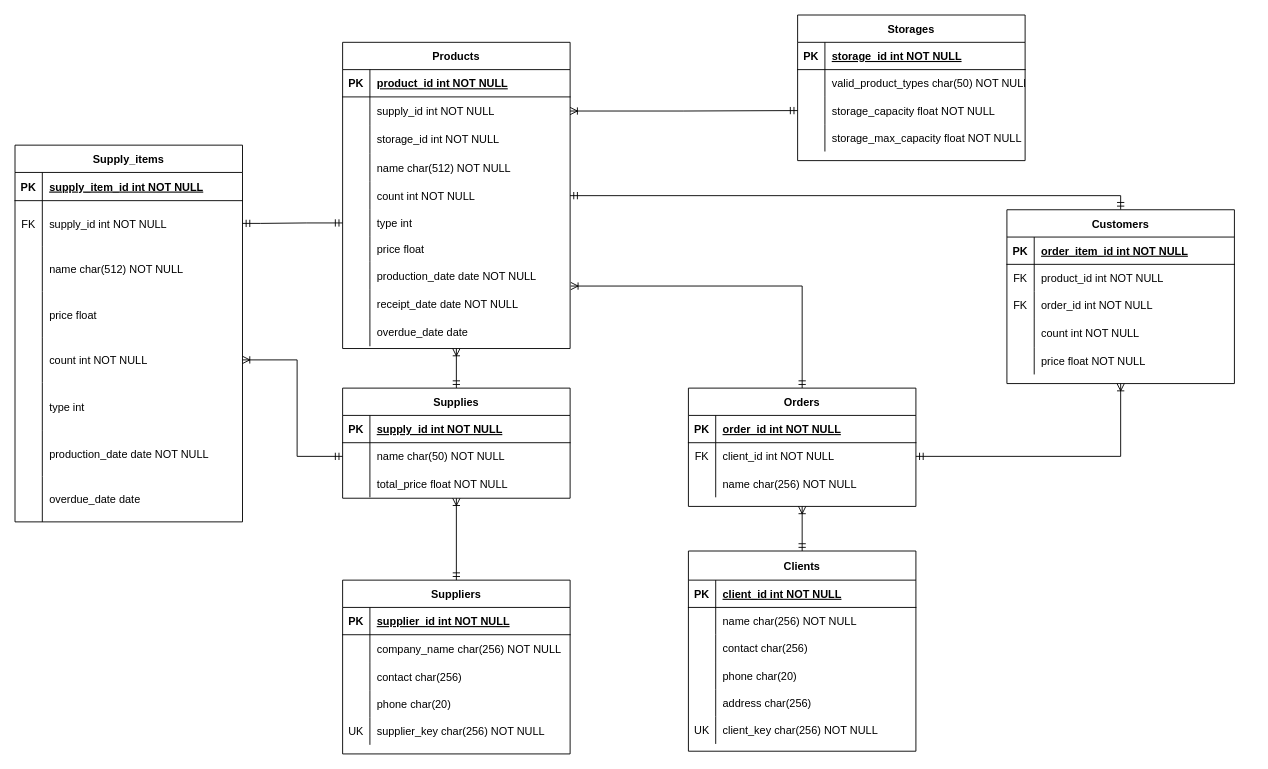
Before: page "Page-2" (2 of 2) of Scheme.dio in SkivHisink/DBNSUEdu, a draw.io diagram. Source tidied: cells renumbered, new cells numbered last; positions are measured from the earlier drawing's top-left corner, leaving out a move shared by most shapes. Both pictures are drawn from the tidied source at 91%, with x=0, y=0 at pixel (15, 15).
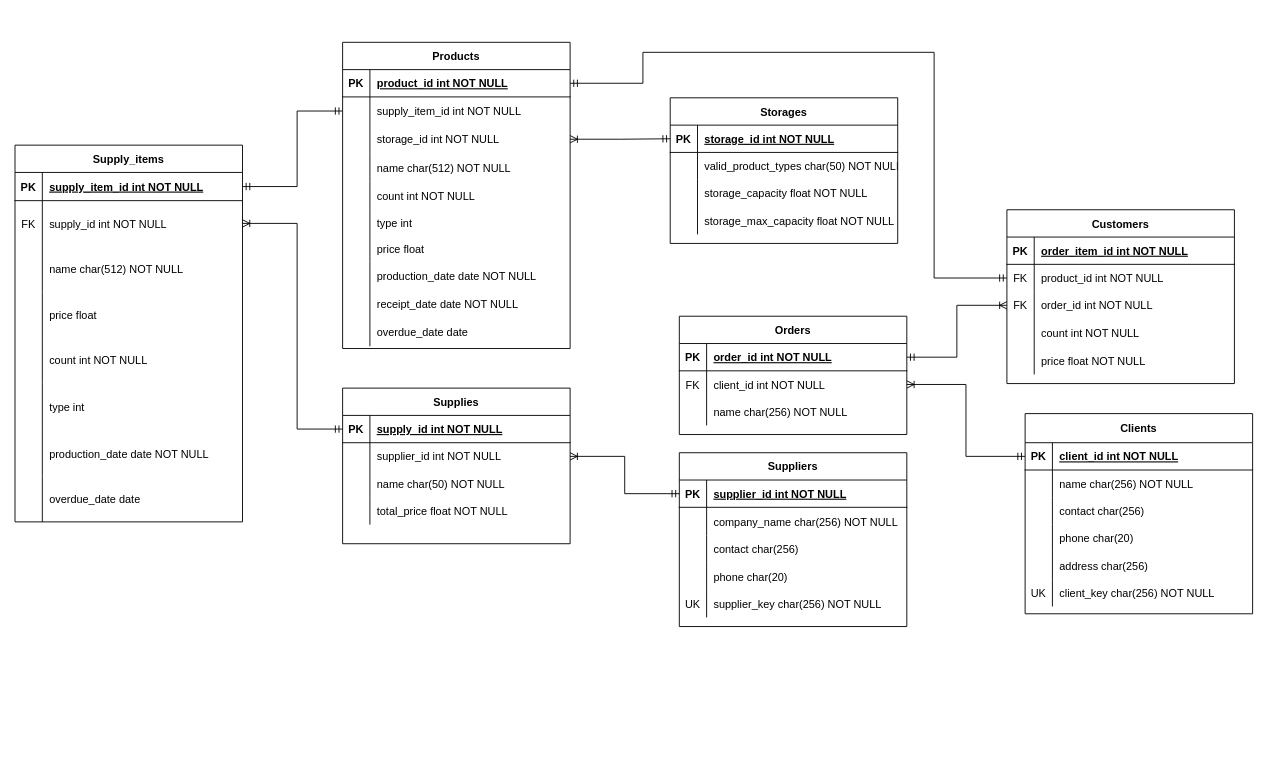
The same diagram, later.

The change refers to these unchanged cells:
```xml
<mxCell id="11" value="Products" style="shape=table;startSize=30;childLayout=tableLayout;rowLines=0;fontStyle=1;align=center;" parent="1" vertex="1">
  <mxGeometry x="360" y="30" width="250" height="336.5" as="geometry" />
</mxCell>
<mxCell id="12" style="shape=partialRectangle;fillColor=none;points=[[0,0.5],[1,0.5]];portConstraint=eastwest;top=0;left=0;right=0;bottom=1;" parent="11" vertex="1">
  <mxGeometry y="30" width="250" height="30" as="geometry" />
</mxCell>
<mxCell id="15" style="shape=partialRectangle;fillColor=none;points=[[0,0.5],[1,0.5]];portConstraint=eastwest;top=0;left=0;right=0;bottom=0;" parent="11" vertex="1">
  <mxGeometry y="60" width="250" height="31" as="geometry" />
</mxCell>
<mxCell id="18" style="shape=partialRectangle;fillColor=none;points=[[0,0.5],[1,0.5]];portConstraint=eastwest;top=0;left=0;right=0;bottom=0;" parent="11" vertex="1">
  <mxGeometry y="91" width="250" height="31" as="geometry" />
</mxCell>
<mxCell id="24" style="shape=partialRectangle;fillColor=none;points=[[0,0.5],[1,0.5]];portConstraint=eastwest;top=0;left=0;right=0;bottom=0;" parent="11" vertex="1">
  <mxGeometry y="153" width="250" height="31" as="geometry" />
</mxCell>
<mxCell id="27" style="shape=partialRectangle;fillColor=none;points=[[0,0.5],[1,0.5]];portConstraint=eastwest;top=0;left=0;right=0;bottom=0;" parent="11" vertex="1">
  <mxGeometry y="184" width="250" height="29" as="geometry" />
</mxCell>
<mxCell id="33" style="shape=partialRectangle;fillColor=none;points=[[0,0.5],[1,0.5]];portConstraint=eastwest;top=0;left=0;right=0;bottom=0;" parent="11" vertex="1">
  <mxGeometry y="241" width="250" height="31" as="geometry" />
</mxCell>
<mxCell id="43" style="shape=partialRectangle;fillColor=none;points=[[0,0.5],[1,0.5]];portConstraint=eastwest;top=0;left=0;right=0;bottom=1;" parent="42" vertex="1">
  <mxGeometry y="30" width="250" height="30" as="geometry" />
</mxCell>
<mxCell id="59" style="shape=partialRectangle;fillColor=none;points=[[0,0.5],[1,0.5]];portConstraint=eastwest;top=0;left=0;right=0;bottom=1;" parent="58" vertex="1">
  <mxGeometry y="30" width="250" height="31" as="geometry" />
</mxCell>
<mxCell id="62" style="shape=partialRectangle;fillColor=none;points=[[0,0.5],[1,0.5]];portConstraint=eastwest;top=0;left=0;right=0;bottom=0;" parent="58" vertex="1">
  <mxGeometry y="61" width="250" height="50" as="geometry" />
</mxCell>
<mxCell id="71" style="shape=partialRectangle;fillColor=none;points=[[0,0.5],[1,0.5]];portConstraint=eastwest;top=0;left=0;right=0;bottom=0;" parent="58" vertex="1">
  <mxGeometry y="211" width="250" height="50" as="geometry" />
</mxCell>
<mxCell id="84" style="shape=partialRectangle;fillColor=none;points=[[0,0.5],[1,0.5]];portConstraint=eastwest;top=0;left=0;right=0;bottom=1;" parent="83" vertex="1">
  <mxGeometry y="30" width="250" height="30" as="geometry" />
</mxCell>
<mxCell id="87" style="shape=partialRectangle;fillColor=none;points=[[0,0.5],[1,0.5]];portConstraint=eastwest;top=0;left=0;right=0;bottom=0;" parent="83" vertex="1">
  <mxGeometry y="60" width="250" height="30" as="geometry" />
</mxCell>
<mxCell id="90" style="shape=partialRectangle;fillColor=none;top=0;left=0;right=0;bottom=0;" parent="83" vertex="1">
  <mxGeometry y="90" width="250" height="30" as="geometry" />
</mxCell>
<mxCell id="94" style="shape=partialRectangle;fillColor=none;points=[[0,0.5],[1,0.5]];portConstraint=eastwest;top=0;left=0;right=0;bottom=1;" parent="93" vertex="1">
  <mxGeometry y="30" width="250" height="30" as="geometry" />
</mxCell>
<mxCell id="100" style="shape=partialRectangle;fillColor=none;points=[[0,0.5],[1,0.5]];portConstraint=eastwest;top=0;left=0;right=0;bottom=0;" parent="93" vertex="1">
  <mxGeometry y="90" width="250" height="30" as="geometry" />
</mxCell>
<mxCell id="107" style="shape=partialRectangle;fillColor=none;points=[[0,0.5],[1,0.5]];portConstraint=eastwest;top=0;left=0;right=0;bottom=1;" parent="106" vertex="1">
  <mxGeometry y="32" width="250" height="30" as="geometry" />
</mxCell>
<mxCell id="126" style="shape=partialRectangle;fillColor=none;points=[[0,0.5],[1,0.5]];portConstraint=eastwest;top=0;left=0;right=0;bottom=1;" parent="125" vertex="1">
  <mxGeometry y="30" width="250" height="30" as="geometry" />
</mxCell>
<mxCell id="129" style="shape=partialRectangle;fillColor=none;points=[[0,0.5],[1,0.5]];portConstraint=eastwest;top=0;left=0;right=0;bottom=0;" parent="125" vertex="1">
  <mxGeometry y="60" width="250" height="30" as="geometry" />
</mxCell>
<mxCell id="135" value="Customers" style="shape=table;startSize=30;childLayout=tableLayout;rowLines=0;fontStyle=1;align=center;" parent="1" vertex="1">
  <mxGeometry x="1090" y="214" width="250" height="191" as="geometry" />
</mxCell>
<mxCell id="139" style="shape=partialRectangle;fillColor=none;points=[[0,0.5],[1,0.5]];portConstraint=eastwest;top=0;left=0;right=0;bottom=0;" parent="135" vertex="1">
  <mxGeometry y="60" width="250" height="30" as="geometry" />
</mxCell>
<mxCell id="142" style="shape=partialRectangle;fillColor=none;points=[[0,0.5],[1,0.5]];portConstraint=eastwest;top=0;left=0;right=0;bottom=0;" parent="135" vertex="1">
  <mxGeometry y="90" width="250" height="30" as="geometry" />
</mxCell>
```

Change to the diagram source:
```diff
@@
-    <mxCell id="2" style="edgeStyle=orthogonalEdgeStyle;rounded=0;jettySize=auto;html=1;startArrow=ERmandOne;startFill=0;endArrow=ERoneToMany;endFill=0;entryX=0.5;entryY=1;entryDx=0;entryDy=0;exitX=0.5;exitY=0;exitDx=0;exitDy=0;labelBackgroundColor=#18141D;" parent="1" edge="1" source="42" target="83">
+    <mxCell id="2" style="edgeStyle=orthogonalEdgeStyle;rounded=0;jettySize=auto;html=1;startArrow=ERmandOne;startFill=0;endArrow=ERoneToMany;endFill=0;entryX=1;entryY=0.5;entryDx=0;entryDy=0;exitX=0;exitY=0.5;exitDx=0;exitDy=0;labelBackgroundColor=#18141D;" parent="1" edge="1" source="43" target="87">
       <mxGeometry relative="1" as="geometry" />
     </mxCell>
-    <mxCell id="3" style="edgeStyle=orthogonalEdgeStyle;html=1;fontColor=#FFFFFF;endArrow=ERoneToMany;endFill=0;exitX=0;exitY=0.5;exitDx=0;exitDy=0;rounded=0;startArrow=ERmandOne;startFill=0;labelBackgroundColor=#18141D;entryX=1;entryY=0.5;entryDx=0;entryDy=0;" parent="1" edge="1" source="87" target="71">
+    <mxCell id="3" style="edgeStyle=orthogonalEdgeStyle;html=1;fontColor=#FFFFFF;endArrow=ERoneToMany;endFill=0;exitX=0;exitY=0.5;exitDx=0;exitDy=0;rounded=0;startArrow=ERmandOne;startFill=0;labelBackgroundColor=#18141D;entryX=1;entryY=0.5;entryDx=0;entryDy=0;" parent="1" edge="1" source="84" target="62">
       <mxGeometry relative="1" as="geometry">
         <Array as="points">
-          <mxPoint x="310" y="485" />
-          <mxPoint x="310" y="379" />
+          <mxPoint x="310" y="455" />
+          <mxPoint x="310" y="229" />
         </Array>
       </mxGeometry>
     </mxCell>
-    <mxCell id="4" style="edgeStyle=orthogonalEdgeStyle;html=1;entryX=0.5;entryY=1;entryDx=0;entryDy=0;fontColor=#FFFFFF;endArrow=ERoneToMany;endFill=0;exitX=0.5;exitY=0;exitDx=0;exitDy=0;rounded=0;strokeColor=default;startArrow=ERmandOne;startFill=0;labelBackgroundColor=#18141D;" parent="1" edge="1" source="83" target="11">
-      <mxGeometry relative="1" as="geometry" />
-    </mxCell>
-    <mxCell id="5" style="edgeStyle=orthogonalEdgeStyle;html=1;entryX=0;entryY=0.5;entryDx=0;entryDy=0;fontColor=#FFFFFF;endArrow=ERmandOne;endFill=0;labelBackgroundColor=#18141D;startArrow=ERoneToMany;startFill=0;exitX=1;exitY=0.5;exitDx=0;exitDy=0;rounded=0;" parent="1" edge="1" source="15" target="100">
+    <mxCell id="5" style="edgeStyle=orthogonalEdgeStyle;html=1;entryX=0;entryY=0.5;entryDx=0;entryDy=0;fontColor=#FFFFFF;endArrow=ERmandOne;endFill=0;labelBackgroundColor=#18141D;startArrow=ERoneToMany;startFill=0;exitX=1;exitY=0.5;exitDx=0;exitDy=0;rounded=0;" parent="1" edge="1" source="18" target="94">
       <mxGeometry relative="1" as="geometry" />
     </mxCell>
-    <mxCell id="6" style="edgeStyle=orthogonalEdgeStyle;html=1;entryX=0.5;entryY=1;entryDx=0;entryDy=0;fontColor=#FFFFFF;endArrow=ERoneToMany;endFill=0;exitX=0.5;exitY=0;exitDx=0;exitDy=0;labelBackgroundColor=#18141D;startArrow=ERmandOne;startFill=0;rounded=0;" parent="1" edge="1" source="106" target="125">
+    <mxCell id="6" style="edgeStyle=orthogonalEdgeStyle;html=1;entryX=1;entryY=0.5;entryDx=0;entryDy=0;fontColor=#FFFFFF;endArrow=ERoneToMany;endFill=0;exitX=0;exitY=0.5;exitDx=0;exitDy=0;labelBackgroundColor=#18141D;startArrow=ERmandOne;startFill=0;rounded=0;" parent="1" edge="1" source="107" target="129">
       <mxGeometry relative="1" as="geometry" />
     </mxCell>
-    <mxCell id="7" style="edgeStyle=orthogonalEdgeStyle;html=1;entryX=0.5;entryY=1;entryDx=0;entryDy=0;fontColor=#FFFFFF;endArrow=ERoneToMany;endFill=0;labelBackgroundColor=#18141D;exitX=1;exitY=0.5;exitDx=0;exitDy=0;startArrow=ERmandOne;startFill=0;rounded=0;" parent="1" edge="1" source="129" target="135">
+    <mxCell id="7" style="edgeStyle=orthogonalEdgeStyle;html=1;entryX=0;entryY=0.5;entryDx=0;entryDy=0;fontColor=#FFFFFF;endArrow=ERoneToMany;endFill=0;labelBackgroundColor=#18141D;exitX=1;exitY=0.5;exitDx=0;exitDy=0;startArrow=ERmandOne;startFill=0;rounded=0;" parent="1" edge="1" source="126" target="142">
       <mxGeometry relative="1" as="geometry" />
     </mxCell>
-    <mxCell id="8" style="edgeStyle=orthogonalEdgeStyle;html=1;fontColor=#FFFFFF;endArrow=ERmandOne;endFill=0;startArrow=ERmandOne;startFill=0;exitX=0;exitY=0.5;exitDx=0;exitDy=0;rounded=0;labelBackgroundColor=#18141D;entryX=1;entryY=0.5;entryDx=0;entryDy=0;" parent="1" edge="1" source="27" target="62">
+    <mxCell id="8" style="edgeStyle=orthogonalEdgeStyle;html=1;fontColor=#FFFFFF;endArrow=ERmandOne;endFill=0;startArrow=ERmandOne;startFill=0;exitX=0;exitY=0.5;exitDx=0;exitDy=0;rounded=0;labelBackgroundColor=#18141D;entryX=1;entryY=0.5;entryDx=0;entryDy=0;" parent="1" edge="1" source="15" target="59">
       <mxGeometry relative="1" as="geometry">
         <Array as="points">
-          <mxPoint x="320" y="229" />
-          <mxPoint x="270" y="229" />
-          <mxPoint x="270" y="234" />
+          <mxPoint x="310" y="106" />
+          <mxPoint x="310" y="189" />
         </Array>
       </mxGeometry>
     </mxCell>
-    <mxCell id="9" style="edgeStyle=orthogonalEdgeStyle;html=1;entryX=1.003;entryY=0.866;entryDx=0;entryDy=0;fontColor=#FFFFFF;endArrow=ERoneToMany;endFill=0;exitX=0.5;exitY=0;exitDx=0;exitDy=0;rounded=0;labelBackgroundColor=#18141D;entryPerimeter=0;startArrow=ERmandOne;startFill=0;" parent="1" edge="1" source="125" target="33">
-      <mxGeometry relative="1" as="geometry" />
-    </mxCell>
-    <mxCell id="10" style="edgeStyle=orthogonalEdgeStyle;html=1;fontColor=#FFFFFF;endArrow=ERmandOne;endFill=0;exitX=0.5;exitY=0;exitDx=0;exitDy=0;entryX=1;entryY=0.5;entryDx=0;entryDy=0;rounded=0;startArrow=ERmandOne;startFill=0;labelBackgroundColor=#18141D;" parent="1" edge="1" source="135" target="24">
-      <mxGeometry relative="1" as="geometry" />
+    <mxCell id="10" style="edgeStyle=orthogonalEdgeStyle;html=1;fontColor=#FFFFFF;endArrow=ERmandOne;endFill=0;exitX=0;exitY=0.5;exitDx=0;exitDy=0;entryX=1;entryY=0.5;entryDx=0;entryDy=0;rounded=0;startArrow=ERmandOne;startFill=0;labelBackgroundColor=#18141D;" parent="1" edge="1" source="139" target="12">
+      <mxGeometry relative="1" as="geometry">
+        <Array as="points">
+          <mxPoint x="1010" y="289" />
+          <mxPoint x="1010" y="41" />
+          <mxPoint x="690" y="41" />
+          <mxPoint x="690" y="75" />
+        </Array>
+      </mxGeometry>
     </mxCell>
@@
-    <mxCell id="17" value="supply_id int NOT NULL" style="shape=partialRectangle;overflow=hidden;fillColor=none;top=0;left=0;bottom=0;right=0;align=left;spacingLeft=6;" parent="15" vertex="1">
+    <mxCell id="17" value="supply_item_id int NOT NULL" style="shape=partialRectangle;overflow=hidden;fillColor=none;top=0;left=0;bottom=0;right=0;align=left;spacingLeft=6;" parent="15" vertex="1">
       <mxGeometry x="30" width="220" height="31" as="geometry" />
     </mxCell>
@@
     <mxCell id="42" value="Suppliers" style="shape=table;startSize=30;childLayout=tableLayout;rowLines=0;fontStyle=1;align=center;" parent="1" vertex="1">
-      <mxGeometry x="360" y="621" width="250" height="191" as="geometry" />
+      <mxGeometry x="730" y="481" width="250" height="191" as="geometry" />
     </mxCell>
@@
     <mxCell id="83" value="Supplies" style="shape=table;startSize=30;childLayout=tableLayout;rowLines=0;fontStyle=1;align=center;" parent="1" vertex="1">
-      <mxGeometry x="360" y="410" width="250" height="121" as="geometry" />
+      <mxGeometry x="360" y="410" width="250" height="171" as="geometry" />
     </mxCell>
@@
-    <mxCell id="89" value="name char(50) NOT NULL" style="shape=partialRectangle;overflow=hidden;fillColor=none;top=0;left=0;bottom=0;right=0;align=left;spacingLeft=6;" parent="87" vertex="1">
+    <mxCell id="89" value="supplier_id int NOT NULL" style="shape=partialRectangle;overflow=hidden;fillColor=none;top=0;left=0;bottom=0;right=0;align=left;spacingLeft=6;" parent="87" vertex="1">
       <mxGeometry x="30" width="220" height="30" as="geometry" />
     </mxCell>
@@
-    <mxCell id="92" value="total_price float NOT NULL" style="shape=partialRectangle;overflow=hidden;fillColor=none;top=0;left=0;bottom=0;right=0;align=left;spacingLeft=6;" parent="90" vertex="1">
+    <mxCell id="92" value="name char(50) NOT NULL" style="shape=partialRectangle;overflow=hidden;fillColor=none;top=0;left=0;bottom=0;right=0;align=left;spacingLeft=6;" parent="90" vertex="1">
       <mxGeometry x="30" width="220" height="30" as="geometry" />
     </mxCell>
+    <mxCell id="151" style="shape=partialRectangle;fillColor=none;top=0;left=0;right=0;bottom=0;" parent="83" vertex="1">
+      <mxGeometry y="120" width="250" height="30" as="geometry" />
+    </mxCell>
+    <mxCell id="152" style="shape=partialRectangle;overflow=hidden;fillColor=none;top=0;left=0;bottom=0;right=0;" parent="151" vertex="1">
+      <mxGeometry width="30" height="30" as="geometry" />
+    </mxCell>
+    <mxCell id="153" value="total_price float NOT NULL" style="shape=partialRectangle;overflow=hidden;fillColor=none;top=0;left=0;bottom=0;right=0;align=left;spacingLeft=6;" parent="151" vertex="1">
+      <mxGeometry x="30" width="220" height="30" as="geometry" />
+    </mxCell>
     <mxCell id="93" value="Storages" style="shape=table;startSize=30;childLayout=tableLayout;rowLines=0;fontStyle=1;align=center;" parent="1" vertex="1">
-      <mxGeometry x="860" width="250" height="160" as="geometry" />
+      <mxGeometry x="720" y="91" width="250" height="160" as="geometry" />
     </mxCell>
@@
     <mxCell id="106" value="Clients" style="shape=table;startSize=32;childLayout=tableLayout;rowLines=0;fontStyle=1;align=center;" parent="1" vertex="1">
-      <mxGeometry x="740" y="589" width="250" height="220" as="geometry" />
+      <mxGeometry x="1110" y="438" width="250" height="220" as="geometry" />
     </mxCell>
@@
     <mxCell id="125" value="Orders" style="shape=table;startSize=30;childLayout=tableLayout;rowLines=0;fontStyle=1;align=center;" parent="1" vertex="1">
-      <mxGeometry x="740" y="410" width="250" height="130" as="geometry" />
+      <mxGeometry x="730" y="331" width="250" height="130" as="geometry" />
     </mxCell>
```
